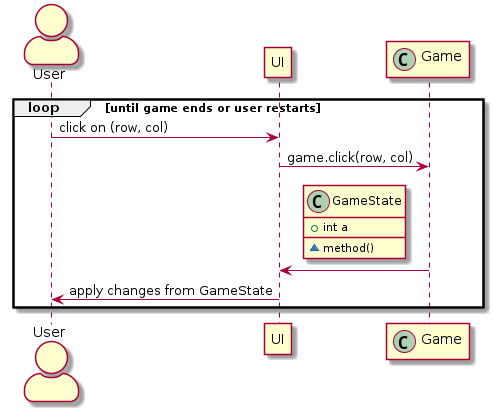
Earlier version of the PlantUML export UMLs/field_interaction.png (jk438520/team777-minesweeper). Its source is kept beside it as UMLs/field_interaction.iuml. The source it was exported from:
```plantuml
@startuml

actor User as user
participant "UI" as ui
participant Game << (C,#ADD1B2) >>


skinparam actorStyle awesome

loop until game ends or user restarts
    user -> ui: click on (row, col)
    ui -> Game: game.click(row, col)
    Game -> ui: {{\nclass GameState{\n+int a\n~method()\n}\n}}
    ui -> user: apply changes from GameState

end
@enduml
```
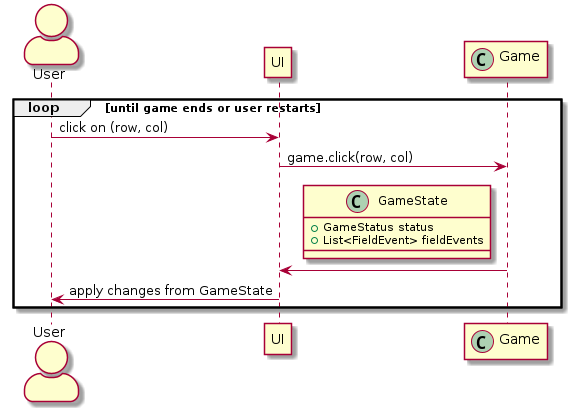
Later version of the same file.

Change to the diagram source:
```diff
@@ -10,7 +10,7 @@
 loop until game ends or user restarts
     user -> ui: click on (row, col)
     ui -> Game: game.click(row, col)
-    Game -> ui: {{\nclass GameState{\n+int a\n~method()\n}\n}}
+    Game -> ui: {{\nclass GameState{\n+GameStatus status\n+List<FieldEvent> fieldEvents\n}\n}}
     ui -> user: apply changes from GameState
 
 end
```
